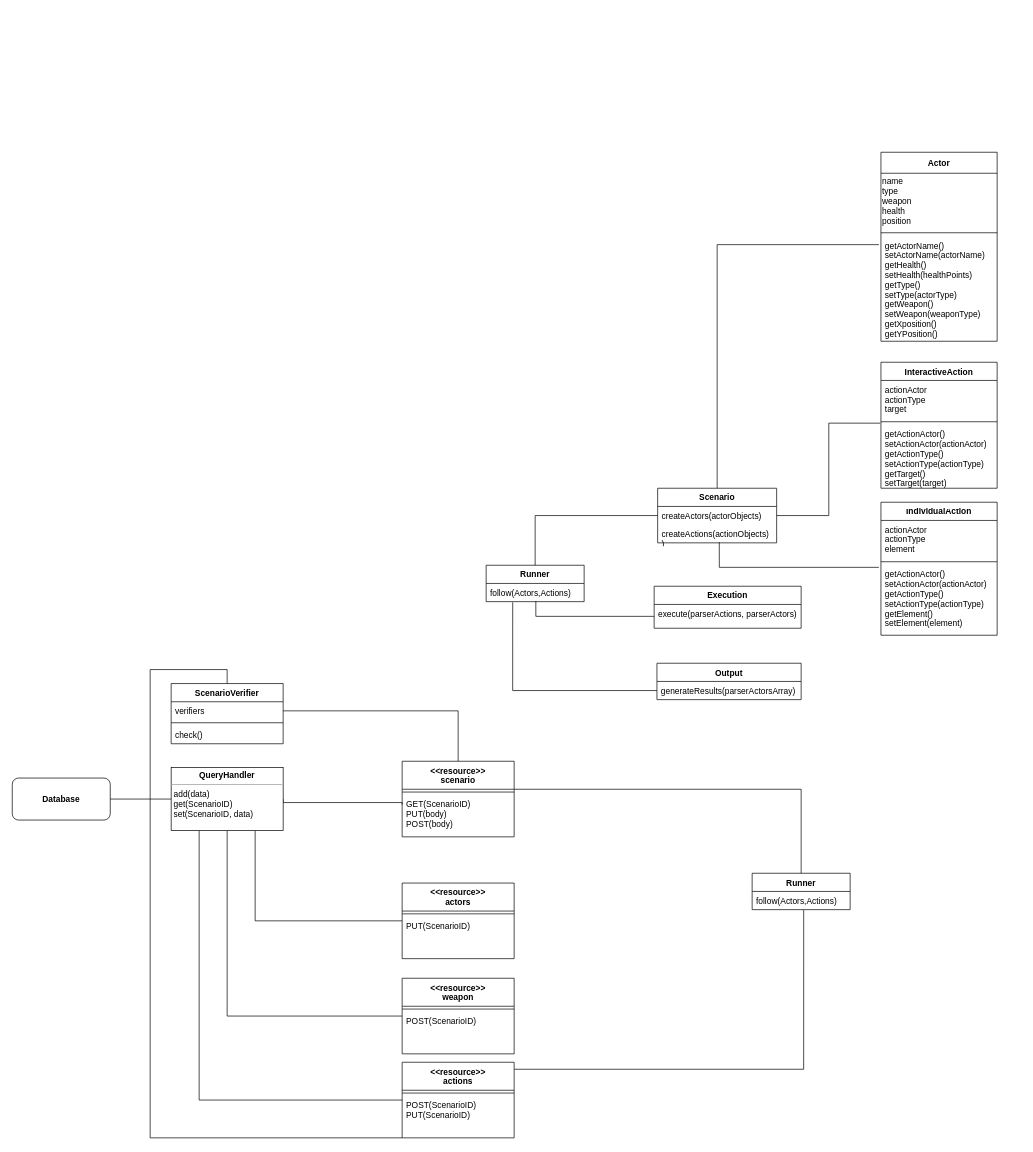
Above: src/Diagram.drawio in fjcoding/AT-BC-LAT-01 (draw.io), before the change. Source tidied: cells renumbered, new cells numbered last; positions are measured from the earlier drawing's top-left corner, leaving out a move shared by most shapes. Both pictures are drawn from the tidied source at 70%, with x=0, y=0 at pixel (12, 152).
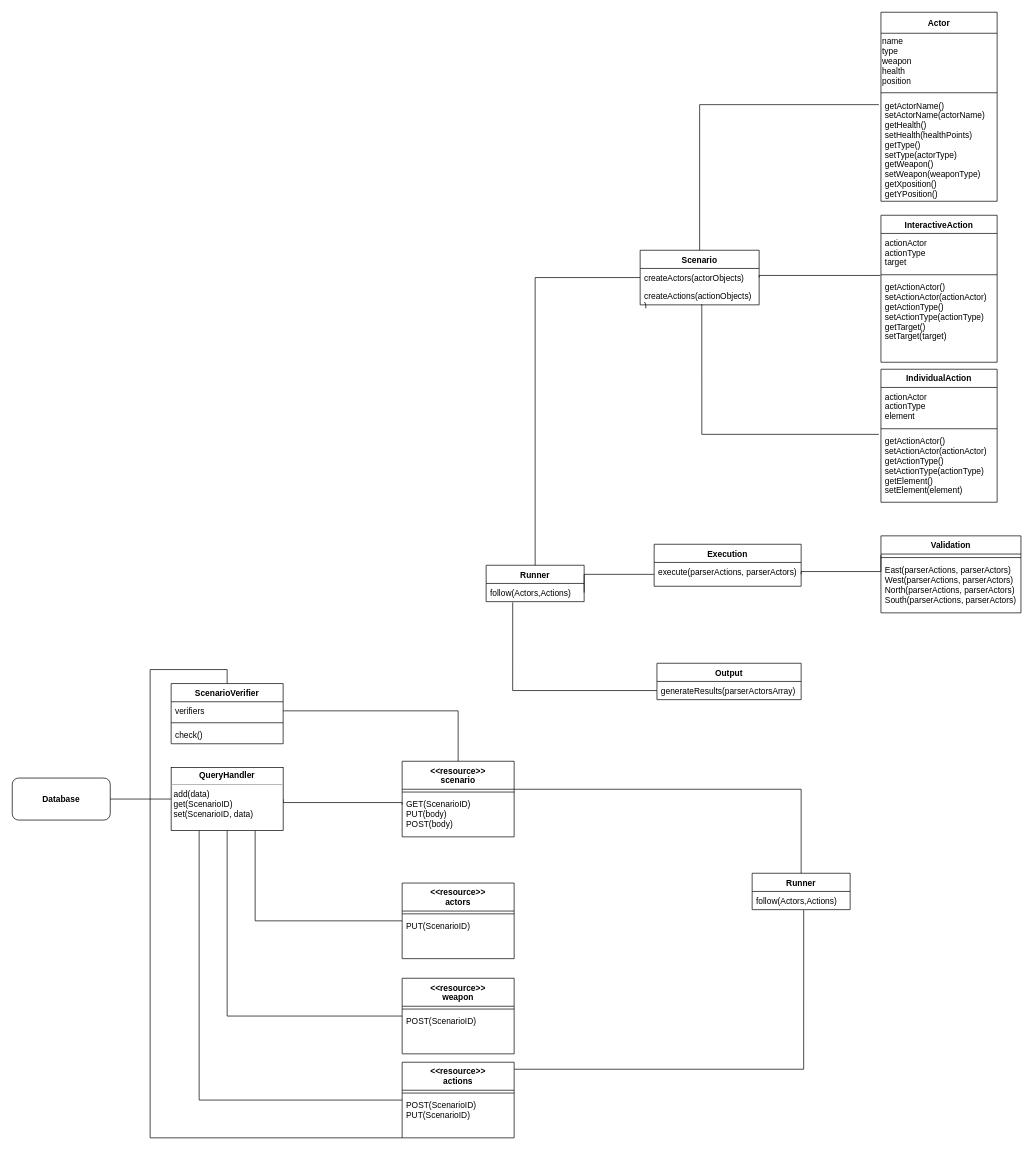
Above is the later version.

Commit message:
adding class Validation.js on Diagram class

The change refers to these unchanged cells:
```xml
<mxCell id="3" value="createActors(actorObjects)" style="text;strokeColor=none;fillColor=none;align=left;verticalAlign=top;spacingLeft=4;spacingRight=4;overflow=hidden;points=[[0,0.5],[1,0.5]];portConstraint=eastwest;" parent="2" vertex="1">
  <mxGeometry y="26" width="170" height="26" as="geometry" />
</mxCell>
<mxCell id="18" value="execute(parserActions, parserActors)" style="text;strokeColor=none;fillColor=none;align=left;verticalAlign=top;spacingLeft=4;spacingRight=4;overflow=hidden;points=[[0,0.5],[1,0.5]];portConstraint=eastwest;" parent="17" vertex="1">
  <mxGeometry y="26" width="210" height="34" as="geometry" />
</mxCell>
<mxCell id="51" value="follow(Actors,Actions)" style="text;strokeColor=none;fillColor=none;align=left;verticalAlign=top;spacingLeft=4;spacingRight=4;overflow=hidden;points=[[0,0.5],[1,0.5]];portConstraint=eastwest;" parent="50" vertex="1">
  <mxGeometry y="26" width="140" height="26" as="geometry" />
</mxCell>
```

Change to the diagram source:
```diff
@@
     <mxCell id="2" value="Scenario" style="swimlane;fontStyle=1;horizontal=1;startSize=26;" parent="1" vertex="1">
-      <mxGeometry x="922" y="480" width="170" height="78" as="geometry" />
+      <mxGeometry x="897" y="140" width="170" height="78" as="geometry" />
     </mxCell>
@@
     <mxCell id="5" value="Actor" style="swimlane;fontStyle=1;horizontal=1;startSize=30;swimlaneFillColor=none;" parent="1" vertex="1">
-      <mxGeometry x="1241" width="166" height="270" as="geometry" />
+      <mxGeometry x="1241" y="-200" width="166" height="270" as="geometry" />
     </mxCell>
@@
     <mxCell id="9" value="InteractiveAction" style="swimlane;fontStyle=1;horizontal=1;startSize=26;" parent="1" vertex="1">
-      <mxGeometry x="1241" y="300" width="166" height="180" as="geometry" />
+      <mxGeometry x="1241" y="90" width="166" height="210" as="geometry" />
     </mxCell>
@@
     <mxCell id="12" value="getActionActor()&#10;setActionActor(actionActor)&#10;getActionType()&#10;setActionType(actionType)&#10;getTarget()&#10;setTarget(target)" style="text;strokeColor=none;fillColor=none;align=left;verticalAlign=top;spacingLeft=4;spacingRight=4;overflow=hidden;points=[[0,0.5],[1,0.5]];portConstraint=eastwest;" parent="9" vertex="1">
-      <mxGeometry y="90" width="166" height="90" as="geometry" />
+      <mxGeometry y="90" width="166" height="120" as="geometry" />
     </mxCell>
     <mxCell id="13" value="IndividualAction" style="swimlane;fontStyle=1;horizontal=1;startSize=26;" parent="1" vertex="1">
-      <mxGeometry x="1241" y="500" width="166" height="190" as="geometry" />
+      <mxGeometry x="1241" y="310" width="166" height="190" as="geometry" />
     </mxCell>
@@
     <mxCell id="17" value="Execution" style="swimlane;fontStyle=1;horizontal=1;startSize=26;" parent="1" vertex="1">
-      <mxGeometry x="917" y="620" width="210" height="60" as="geometry" />
+      <mxGeometry x="917" y="560" width="210" height="60" as="geometry" />
     </mxCell>
@@
-    <mxCell id="53" style="edgeStyle=orthogonalEdgeStyle;rounded=0;jettySize=auto;html=1;fontColor=#FFFFFF;endArrow=none;endFill=0;exitX=0.507;exitY=0.962;exitDx=0;exitDy=0;exitPerimeter=0;entryX=0;entryY=0.5;entryDx=0;entryDy=0;" parent="1" edge="1" source="51" target="18">
-      <mxGeometry relative="1" as="geometry" />
+    <mxCell id="53" style="edgeStyle=orthogonalEdgeStyle;rounded=0;jettySize=auto;html=1;fontColor=#FFFFFF;endArrow=none;endFill=0;entryX=0;entryY=0.5;entryDx=0;entryDy=0;exitX=1;exitY=0.5;exitDx=0;exitDy=0;" parent="1" edge="1" source="51" target="18">
+      <mxGeometry relative="1" as="geometry">
+        <Array as="points">
+          <mxPoint x="817" y="603" />
+        </Array>
+      </mxGeometry>
     </mxCell>
@@
     <mxCell id="55" style="rounded=0;jettySize=auto;html=1;fontColor=#FFFFFF;endArrow=none;endFill=0;edgeStyle=orthogonalEdgeStyle;exitX=1;exitY=0.5;exitDx=0;exitDy=0;entryX=-0.006;entryY=-0.033;entryDx=0;entryDy=0;entryPerimeter=0;" parent="1" edge="1" source="3" target="12">
-      <mxGeometry relative="1" as="geometry" />
+      <mxGeometry relative="1" as="geometry">
+        <Array as="points">
+          <mxPoint x="1067" y="176" />
+        </Array>
+      </mxGeometry>
     </mxCell>
@@
+    <mxCell id="58" value="Validation" style="swimlane;fontStyle=1;horizontal=1;startSize=26;" parent="1" vertex="1">
+      <mxGeometry x="1241" y="548" width="200" height="110" as="geometry" />
+    </mxCell>
+    <mxCell id="59" style="line;strokeWidth=1;fillColor=none;align=left;verticalAlign=middle;spacingTop=-1;spacingLeft=3;spacingRight=3;labelPosition=right;" parent="58" vertex="1">
+      <mxGeometry y="26" width="200" height="10" as="geometry" />
+    </mxCell>
+    <mxCell id="60" value="East(parserActions, parserActors)&#10;West(parserActions, parserActors)&#10;North(parserActions, parserActors)&#10;South(parserActions, parserActors)" style="text;strokeColor=none;fillColor=none;align=left;verticalAlign=top;spacingLeft=4;spacingRight=4;overflow=hidden;" parent="58" vertex="1">
+      <mxGeometry y="36" width="200" height="74" as="geometry" />
+    </mxCell>
+    <mxCell id="61" style="rounded=0;jettySize=auto;html=1;fontColor=#FFFFFF;endArrow=none;endFill=0;edgeStyle=orthogonalEdgeStyle;exitX=1;exitY=0.5;exitDx=0;exitDy=0;entryX=0;entryY=0.25;entryDx=0;entryDy=0;" parent="1" edge="1" source="18" target="58">
+      <mxGeometry relative="1" as="geometry">
+        <Array as="points">
+          <mxPoint x="1127" y="599" />
+          <mxPoint x="1241" y="599" />
+        </Array>
+      </mxGeometry>
+    </mxCell>
```
